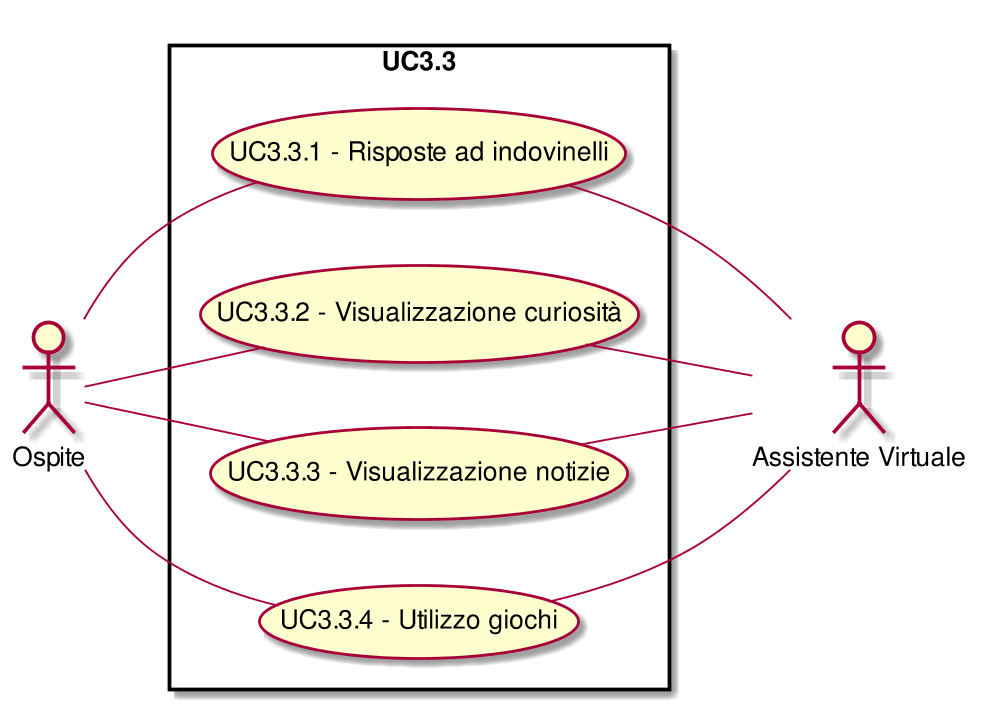
This is RQ/Esterni/AnalisiDeiRequisiti/images/UseCaseUC33.png from CoCodeSWE/Docs, a PlantUML export, as it was before one commit. Its diagram source:
```plantuml
@startuml
scale 1000*1000
left to right direction
skinparam packageStyle rect
:Ospite:
:Assistente Virtuale:
rectangle UC3.3{
( UC3.3.1 - Risposte ad indovinelli ) as (UC3.3.1)
:Ospite:--(UC3.3.1)
( UC3.3.1 - Risposte ad indovinelli ) as (UC3.3.1)
(UC3.3.1)--:Assistente Virtuale:
( UC3.3.2 - Visualizzazione curiosità ) as (UC3.3.2)
:Ospite:--(UC3.3.2)
( UC3.3.2 - Visualizzazione curiosità ) as (UC3.3.2)
(UC3.3.2)--:Assistente Virtuale:
( UC3.3.3 - Visualizzazione notizie ) as (UC3.3.3)
:Ospite:--(UC3.3.3)
( UC3.3.3 - Visualizzazione notizie ) as (UC3.3.3)
(UC3.3.3)--:Assistente Virtuale:
( UC3.3.4 - Utilizzo giochi ) as (UC3.3.4)
:Ospite:--(UC3.3.4)
( UC3.3.4 - Utilizzo giochi ) as (UC3.3.4)
(UC3.3.4)--:Assistente Virtuale:
}
@enduml
```
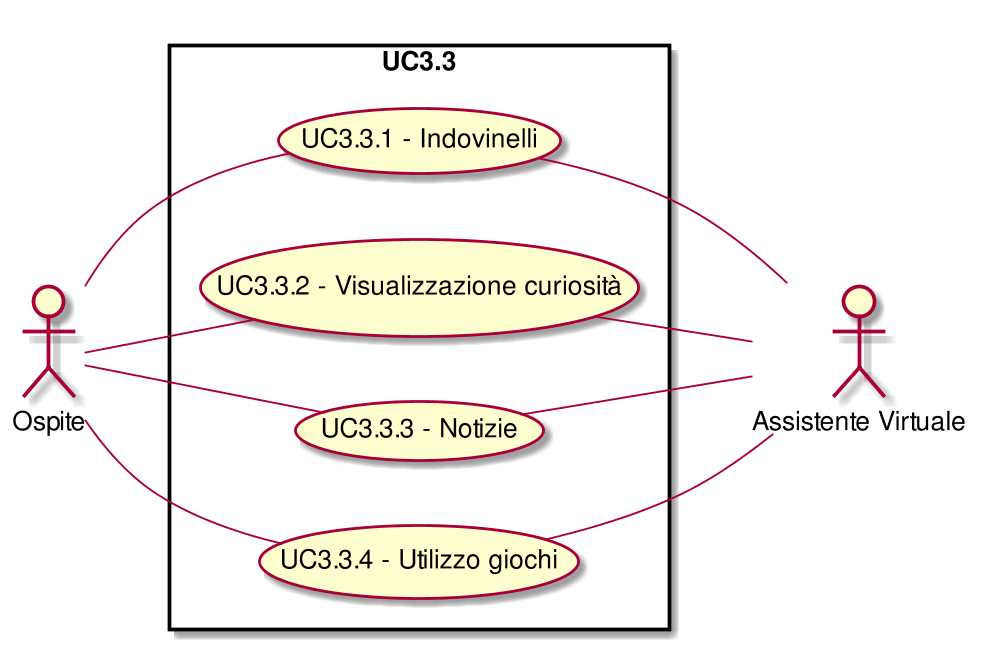
Above is the later version.

What changed in the source:
```diff
@@ -5,17 +5,17 @@
 :Ospite:
 :Assistente Virtuale:
 rectangle UC3.3{
-( UC3.3.1 - Risposte ad indovinelli ) as (UC3.3.1)
+( UC3.3.1 - Indovinelli ) as (UC3.3.1)
 :Ospite:--(UC3.3.1)
-( UC3.3.1 - Risposte ad indovinelli ) as (UC3.3.1)
+( UC3.3.1 - Indovinelli ) as (UC3.3.1)
 (UC3.3.1)--:Assistente Virtuale:
 ( UC3.3.2 - Visualizzazione curiosità ) as (UC3.3.2)
 :Ospite:--(UC3.3.2)
 ( UC3.3.2 - Visualizzazione curiosità ) as (UC3.3.2)
 (UC3.3.2)--:Assistente Virtuale:
-( UC3.3.3 - Visualizzazione notizie ) as (UC3.3.3)
+( UC3.3.3 - Notizie ) as (UC3.3.3)
 :Ospite:--(UC3.3.3)
-( UC3.3.3 - Visualizzazione notizie ) as (UC3.3.3)
+( UC3.3.3 - Notizie ) as (UC3.3.3)
 (UC3.3.3)--:Assistente Virtuale:
 ( UC3.3.4 - Utilizzo giochi ) as (UC3.3.4)
 :Ospite:--(UC3.3.4)
```
